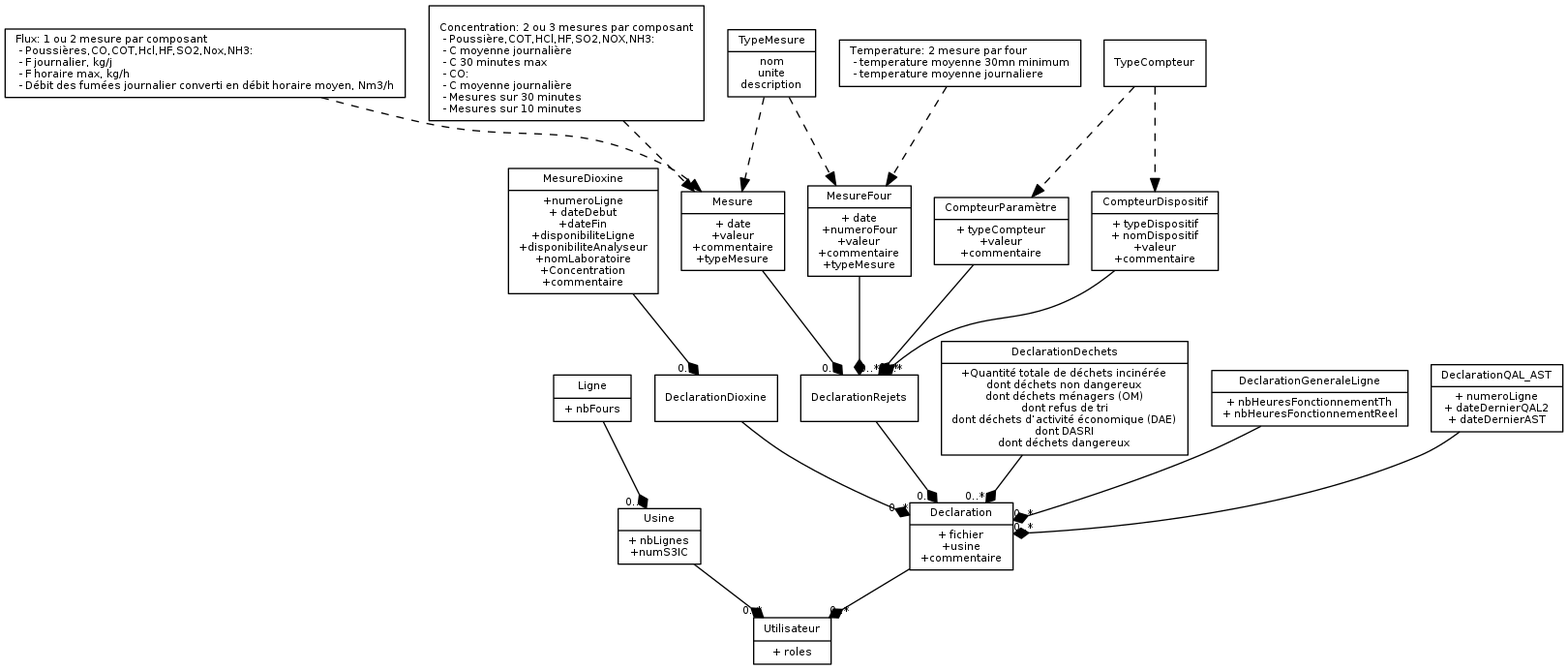
MTES-MCT/aeris keeps this Graphviz diagram as documentation/domain.png. Above is the earlier version. Its source is kept beside it as documentation/domain.dot.
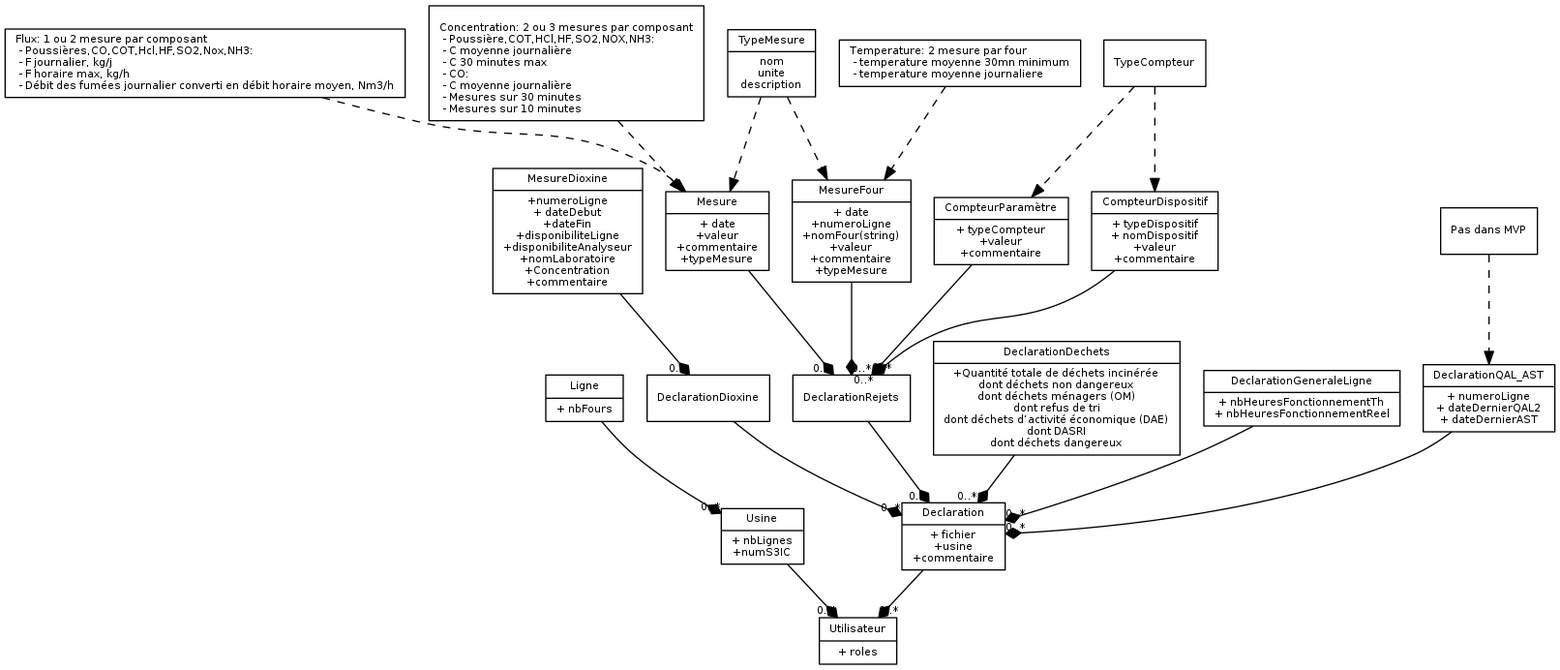
Above is the later version.

Change to the diagram source:
```diff
@@ -32,7 +32,7 @@
 
         TypeMesure [label = "{TypeMesure|nom\nunite\ndescription}"]
         Mesure [label = "{Mesure|+ date\n+valeur\n+commentaire\n+typeMesure}"]
-        MesureFour [label = "{MesureFour|+ date\n+numeroFour\n+valeur\n+commentaire\n+typeMesure}"]
+        MesureFour [label = "{MesureFour|+ date\n+numeroLigne\n+nomFour(string)\n+valeur\n+commentaire\n+typeMesure}"]
 
         MesureDioxine [label = "{MesureDioxine|+numeroLigne\n+ dateDebut\n+dateFin\n+disponibiliteLigne\n+disponibiliteAnalyseur\n+nomLaboratoire\n+Concentration\n+commentaire\n}"]
 
@@ -43,6 +43,7 @@
 \l - Débit des fumées journalier converti en débit horaire moyen, Nm3/h
 \l"]
 
+        NotePasDansMVP [label = "Pas dans MVP"]
         NoteMesureConcentration [label="
 \lConcentration: 2 ou 3 mesures par composant
 \l - Poussière,COT,HCl,HF,SO2,NOX,NH3:
@@ -70,6 +71,7 @@
         NoteMesureFlux -> Mesure
         NoteMesureConcentration -> Mesure
         NoteTemperature -> MesureFour
+        NotePasDansMVP -> DeclarationQAL_AST
 
         TypeMesure -> MesureFour
         TypeMesure -> Mesure
```
